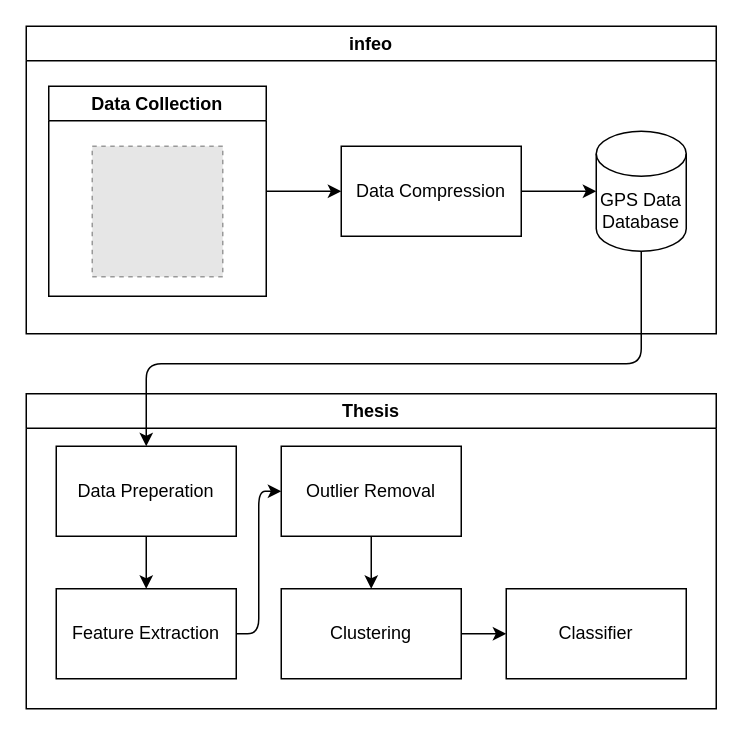
Above: Thesis/Text/Diagrams/drawio/big_picture.drawio in NeYoNmoos/FHV-Infeo_Bachelor_Thesis (draw.io), before the change. Source tidied: cells renumbered, new cells numbered last; positions are measured from the earlier drawing's top-left corner, leaving out a move shared by most shapes. Both pictures are drawn from the tidied source at 150%, with x=0, y=0 at pixel (26, 26). Pictures stored in the file or linked from it are replaced by grey dashed boxes.
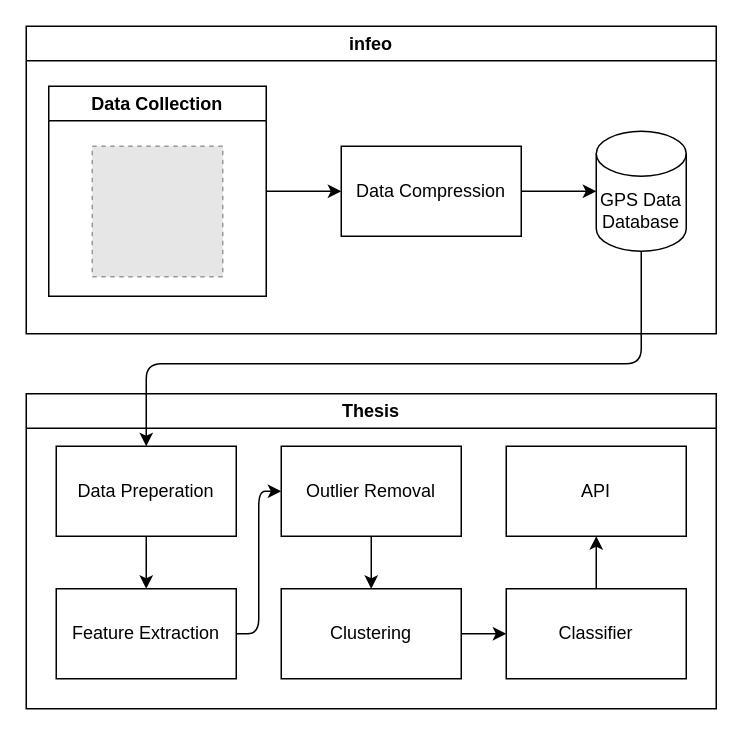
The same page after the edit.

The change refers to these unchanged cells:
```xml
<mxCell id="9" value="Thesis" style="swimlane;whiteSpace=wrap;html=1;" parent="1" vertex="1">
  <mxGeometry y="245" width="460" height="210" as="geometry" />
</mxCell>
<mxCell id="18" value="Classifier" style="rounded=0;whiteSpace=wrap;html=1;" parent="9" vertex="1">
  <mxGeometry x="320" y="130" width="120" height="60" as="geometry" />
</mxCell>
```

Diff of the diagram source:
```diff
@@
+    <mxCell id="20" style="edgeStyle=none;html=1;exitX=0.5;exitY=0;exitDx=0;exitDy=0;entryX=0.5;entryY=1;entryDx=0;entryDy=0;" parent="9" edge="1" source="18" target="21">
+      <mxGeometry relative="1" as="geometry" />
+    </mxCell>
@@
+    <mxCell id="21" value="API" style="rounded=0;whiteSpace=wrap;html=1;" parent="9" vertex="1">
+      <mxGeometry x="320" y="35" width="120" height="60" as="geometry" />
+    </mxCell>
```
